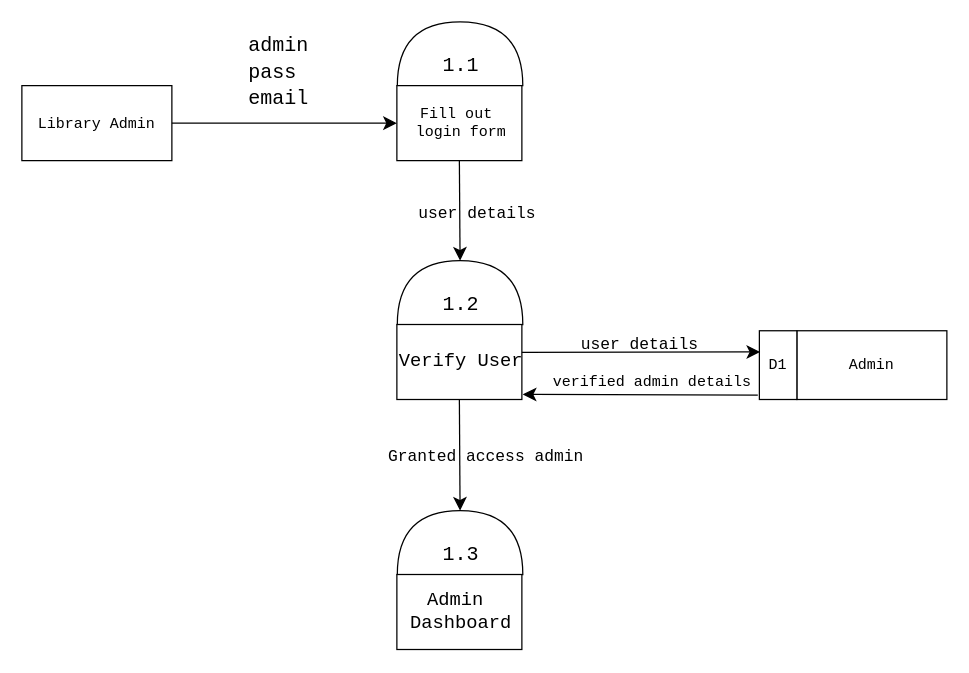
Before: cd1.drawio in carmelooo1/capstone_docs, a draw.io diagram. Source tidied: cells renumbered, new cells numbered last; positions are measured from the earlier drawing's top-left corner, leaving out a move shared by most shapes. Both pictures are drawn from the tidied source at 125%, with x=0, y=0 at pixel (21, -10).
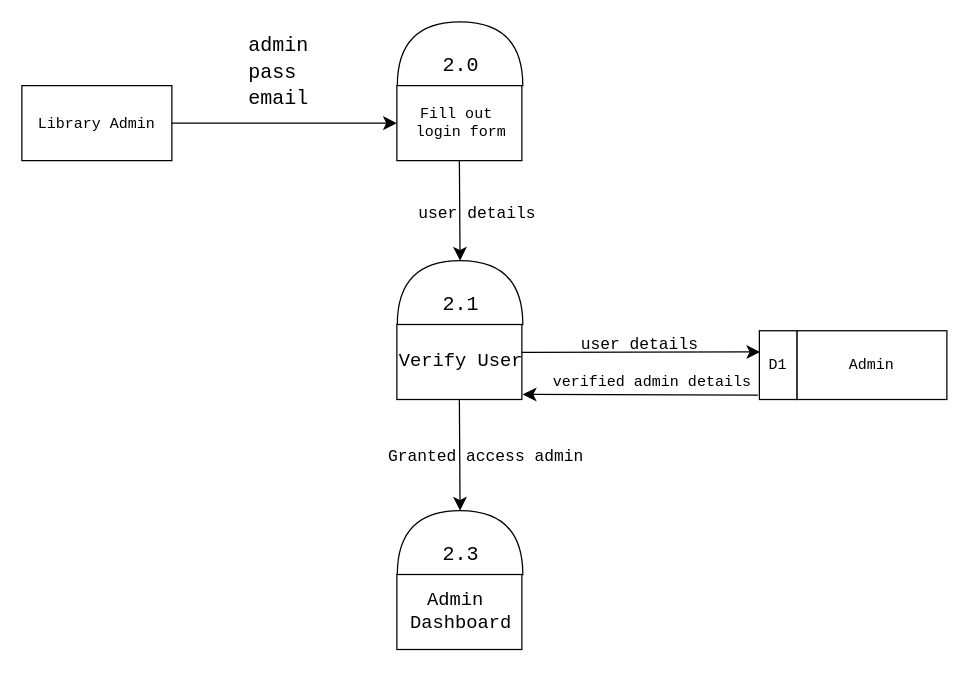
Above is the later version.

Unchanged cells that the change refers to:
```xml
<mxCell id="8" style="group;fontFamily=Courier New;" parent="6" vertex="1">
  <mxGeometry y="21.1" width="110.5" height="90" as="geometry" />
</mxCell>
<mxCell id="16" style="group;fontFamily=Courier New;" parent="14" vertex="1">
  <mxGeometry y="21.1" width="110.5" height="90" as="geometry" />
</mxCell>
<mxCell id="23" style="group;fontFamily=Courier New;" parent="21" vertex="1">
  <mxGeometry y="21.1" width="110.5" height="90" as="geometry" />
</mxCell>
```

Change to the diagram source:
```diff
@@
-    <mxCell id="11" value="1.1" style="text;html=1;align=center;verticalAlign=middle;strokeColor=none;fillColor=none;fontSize=16;fontFamily=Courier New;" parent="8" vertex="1">
+    <mxCell id="11" value="2.0" style="text;html=1;align=center;verticalAlign=middle;strokeColor=none;fillColor=none;fontSize=16;fontFamily=Courier New;" parent="8" vertex="1">
       <mxGeometry x="25.5" width="50" height="30" as="geometry" />
     </mxCell>
@@
-    <mxCell id="19" value="1.2" style="text;html=1;align=center;verticalAlign=middle;strokeColor=none;fillColor=none;fontSize=16;fontFamily=Courier New;" parent="16" vertex="1">
+    <mxCell id="19" value="2.1" style="text;html=1;align=center;verticalAlign=middle;strokeColor=none;fillColor=none;fontSize=16;fontFamily=Courier New;" parent="16" vertex="1">
       <mxGeometry x="25.5" width="50" height="30" as="geometry" />
     </mxCell>
@@
-    <mxCell id="26" value="1.3" style="text;html=1;align=center;verticalAlign=middle;strokeColor=none;fillColor=none;fontSize=16;fontFamily=Courier New;" parent="23" vertex="1">
+    <mxCell id="26" value="2.3" style="text;html=1;align=center;verticalAlign=middle;strokeColor=none;fillColor=none;fontSize=16;fontFamily=Courier New;" parent="23" vertex="1">
       <mxGeometry x="25.5" width="50" height="30" as="geometry" />
     </mxCell>
```
